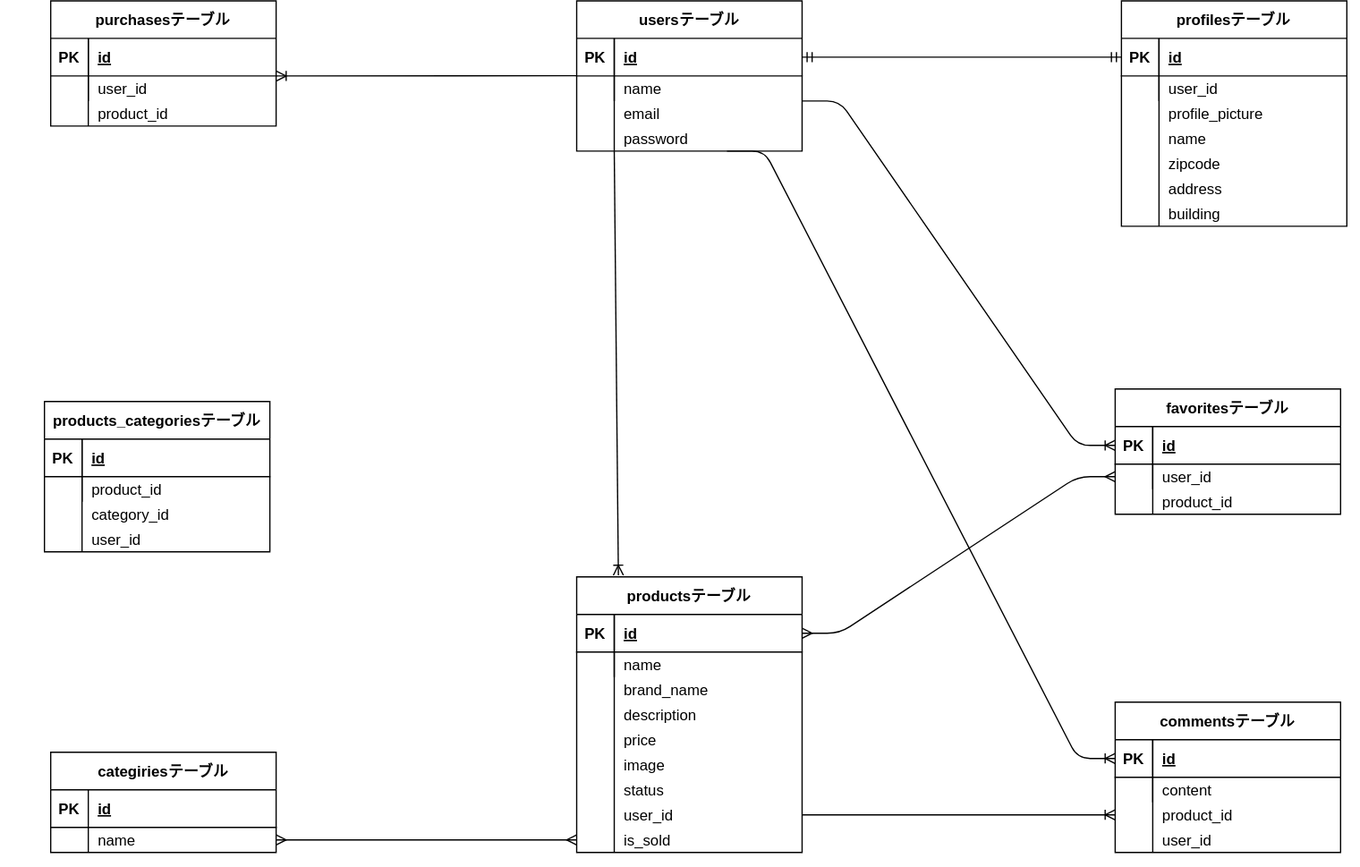
This is test.drawio.svg from tetutora/free-market-test, a draw.io export, as it was before one commit. Source tidied: cells renumbered, new cells last; positions are measured from the earlier drawing's top-left corner, leaving out a move shared by most shapes.
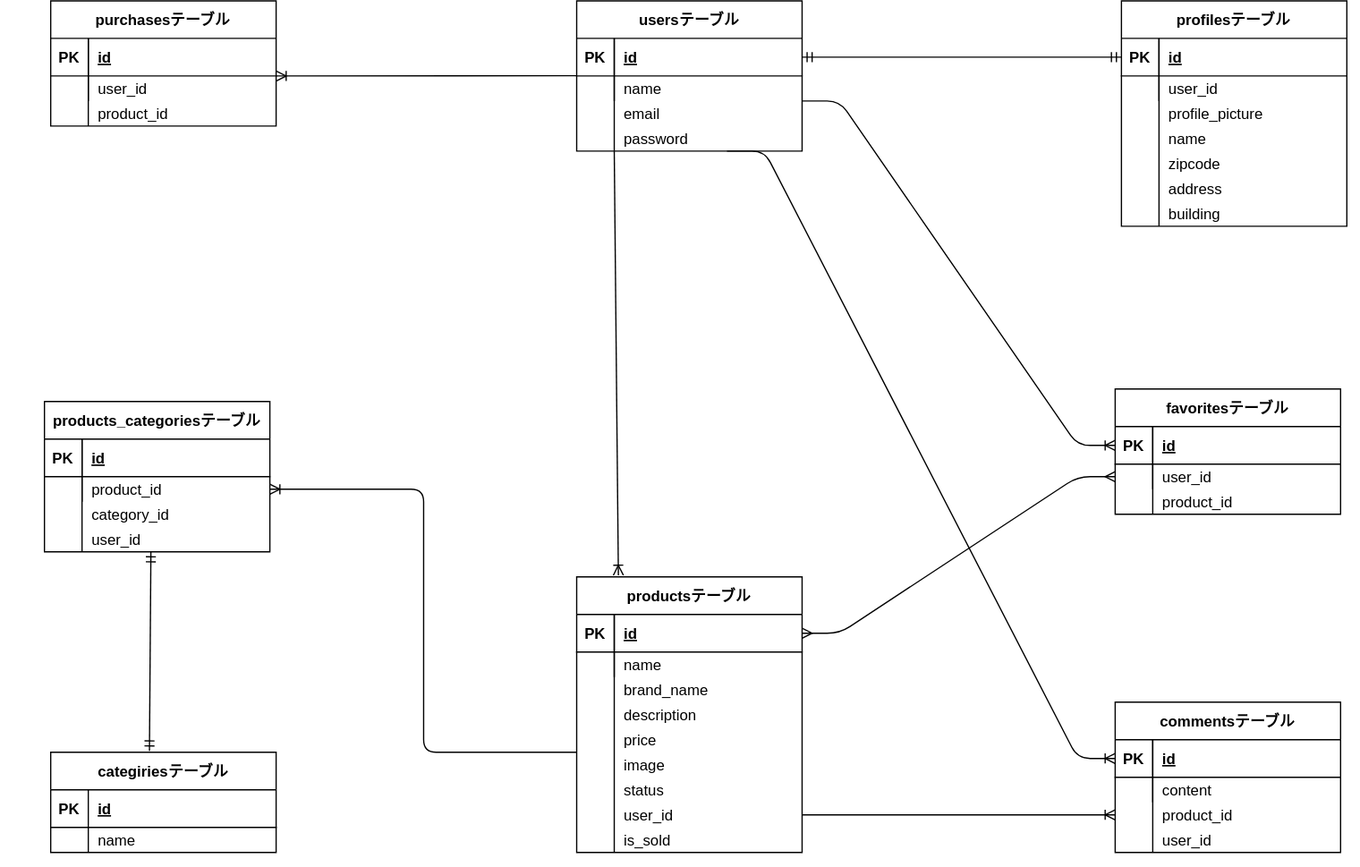
Later version of the same file.

Diff of the diagram source:
```diff
@@ -339,11 +339,6 @@
         <mxPoint x="640" y="650" as="sourcePoint" />
       </mxGeometry>
     </mxCell>
-    <mxCell id="106" style="fontSize=12;html=1;endArrow=ERmany;startArrow=ERmany;" parent="1" edge="1" target="20">
-      <mxGeometry relative="1" as="geometry">
-        <mxPoint x="460" y="670" as="sourcePoint" />
-      </mxGeometry>
-    </mxCell>
     <mxCell id="107" style="edgeStyle=entityRelationEdgeStyle;fontSize=12;html=1;endArrow=ERmany;startArrow=ERmany;entryX=0;entryY=0.5;entryDx=0;entryDy=0;exitX=1;exitY=0.5;exitDx=0;exitDy=0;" parent="1" edge="1" source="26" target="96">
       <mxGeometry relative="1" as="geometry" />
     </mxCell>
@@ -362,5 +357,15 @@
         <mxPoint x="580" y="120" as="sourcePoint" />
       </mxGeometry>
     </mxCell>
+    <mxCell id="111" style="edgeStyle=elbowEdgeStyle;fontSize=12;html=1;endArrow=ERoneToMany;entryX=1;entryY=0.5;entryDx=0;entryDy=0;" parent="1" edge="1" target="72">
+      <mxGeometry relative="1" as="geometry">
+        <mxPoint x="460" y="600" as="sourcePoint" />
+      </mxGeometry>
+    </mxCell>
+    <mxCell id="112" style="fontSize=12;html=1;endArrow=ERmandOne;startArrow=ERmandOne;exitX=0.438;exitY=-0.013;exitDx=0;exitDy=0;exitPerimeter=0;" parent="1" edge="1" source="16">
+      <mxGeometry relative="1" as="geometry">
+        <mxPoint x="120" y="440" as="targetPoint" />
+      </mxGeometry>
+    </mxCell>
   </root>
 </mxGraphModel>
```
